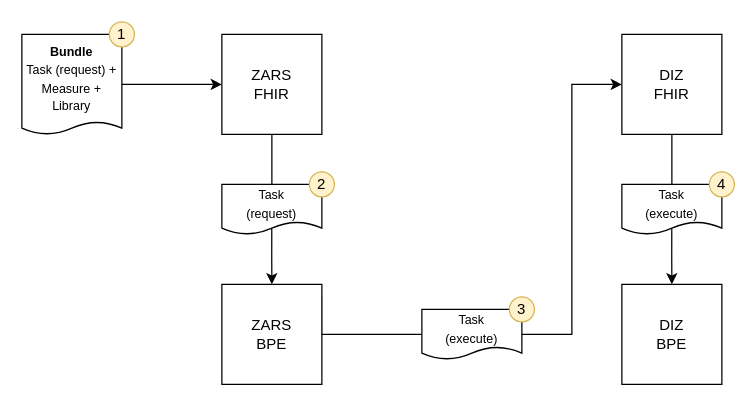
Earlier version of the draw.io diagram mii-process-feasibility/docs/feasibility-process-02.drawio (medizininformatik-initiative/mii-process-feasibility). Source tidied: cells renumbered, new cells numbered last; positions are measured from the earlier drawing's top-left corner, leaving out a move shared by most shapes. Both pictures are drawn from the tidied source at 125%, with x=0, y=0 at pixel (21, 21).
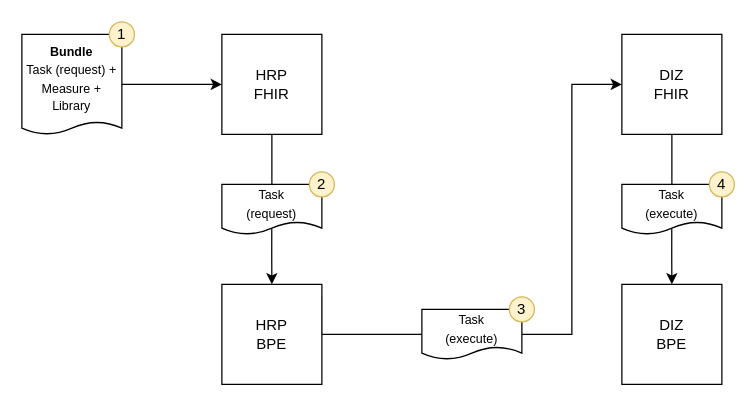
After the change.

Commit message (it also covers changes not shown here):
Replace ZARS by HRP

What changed in the source:
```diff
@@
-    <mxCell id="3" value="ZARS&lt;br&gt;FHIR" style="whiteSpace=wrap;html=1;" parent="1" vertex="1">
+    <mxCell id="3" value="HRP&lt;br&gt;FHIR" style="whiteSpace=wrap;html=1;" parent="1" vertex="1">
       <mxGeometry x="160" y="10" width="80" height="80" as="geometry" />
     </mxCell>
@@
-    <mxCell id="8" value="ZARS&lt;br&gt;BPE" style="whiteSpace=wrap;html=1;" parent="1" vertex="1">
+    <mxCell id="8" value="HRP&lt;br&gt;BPE" style="whiteSpace=wrap;html=1;" parent="1" vertex="1">
       <mxGeometry x="160" y="210" width="80" height="80" as="geometry" />
     </mxCell>
```
